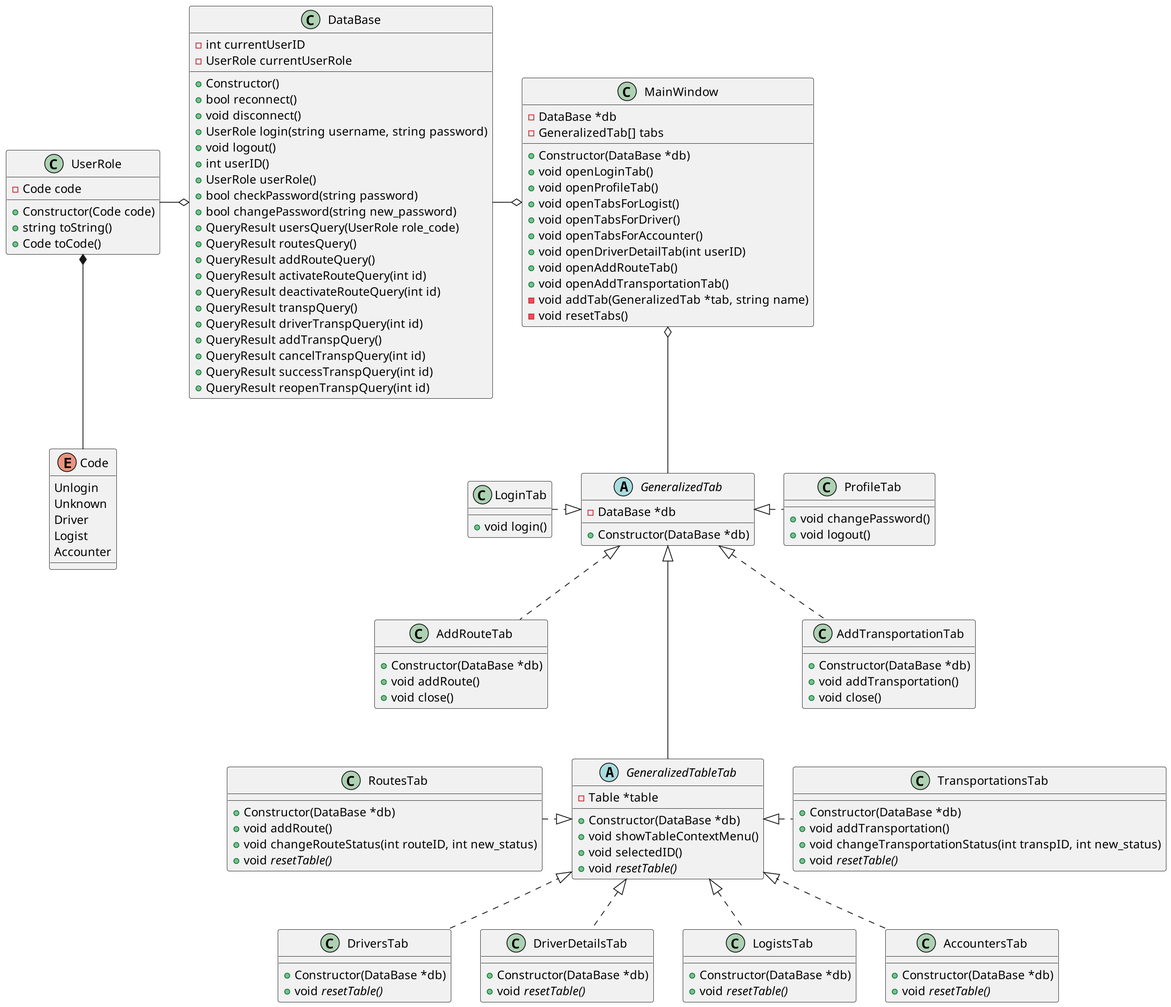
gur7en/kp4 keeps this PlantUML diagram as class/class.png. Above is the earlier version.
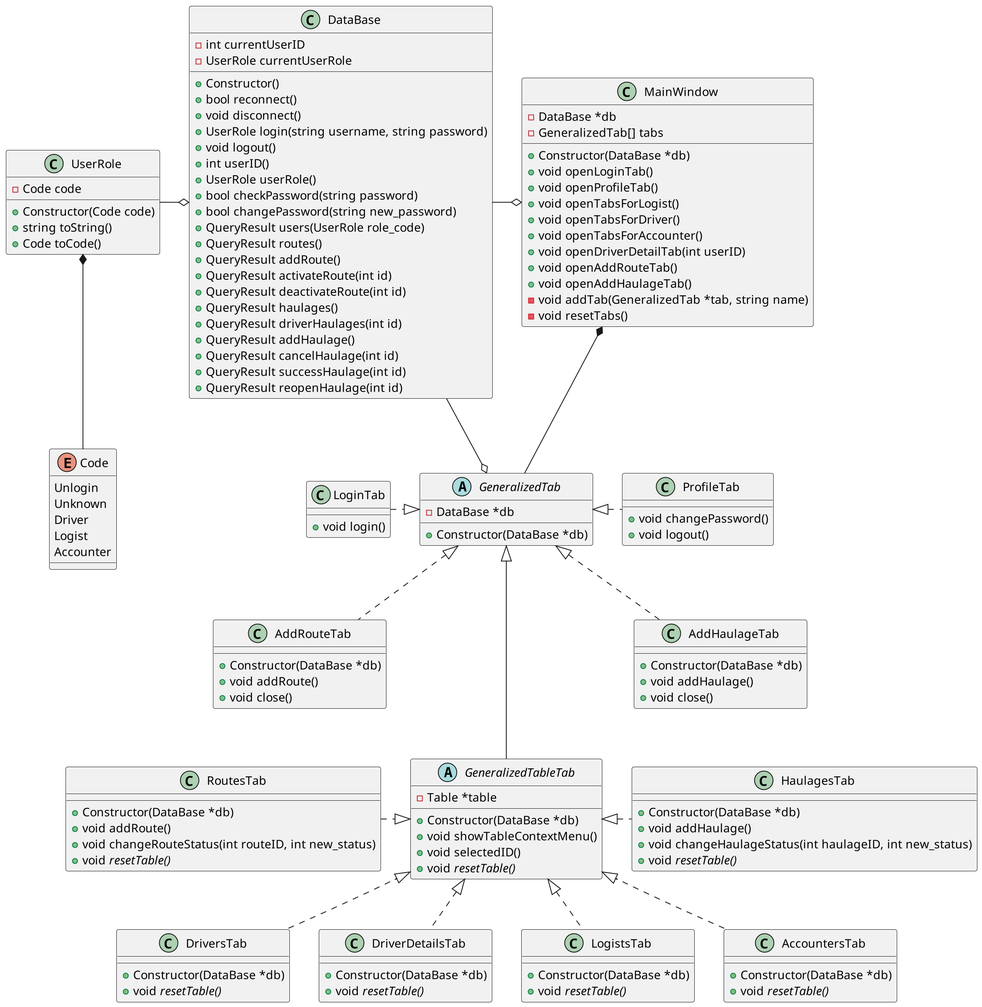
The same diagram one commit later.

The edit, as a diff of the source:
```diff
@@ -13,21 +13,19 @@
     + UserRole userRole()
     + bool checkPassword(string password)
     + bool changePassword(string new_password)
-    + QueryResult usersQuery(UserRole role_code)
-    + QueryResult routesQuery()
-    + QueryResult addRouteQuery()
-    + QueryResult activateRouteQuery(int id)
-    + QueryResult deactivateRouteQuery(int id)
-    + QueryResult transpQuery()
-    + QueryResult driverTranspQuery(int id)
-    + QueryResult addTranspQuery()
-    + QueryResult cancelTranspQuery(int id)
-    + QueryResult successTranspQuery(int id)
-    + QueryResult reopenTranspQuery(int id)
-
+    + QueryResult users(UserRole role_code)
+    + QueryResult routes()
+    + QueryResult addRoute()
+    + QueryResult activateRoute(int id)
+    + QueryResult deactivateRoute(int id)
+    + QueryResult haulages()
+    + QueryResult driverHaulages(int id)
+    + QueryResult addHaulage()
+    + QueryResult cancelHaulage(int id)
+    + QueryResult successHaulage(int id)
+    + QueryResult reopenHaulage(int id)
     - int currentUserID
     - UserRole currentUserRole
-
 }
 
 enum Code {
@@ -54,7 +52,7 @@
     + void openTabsForAccounter()
     + void openDriverDetailTab(int userID)
     + void openAddRouteTab()
-    + void openAddTransportationTab()
+    + void openAddHaulageTab()
     - DataBase *db
     - GeneralizedTab[] tabs
     - void addTab(GeneralizedTab *tab, string name)
@@ -110,10 +108,10 @@
     + void //resetTable()//
 }
 
-class TransportationsTab {
+class HaulagesTab {
     + Constructor(DataBase *db)
-    + void addTransportation()
-    + void changeTransportationStatus(int transpID, int new_status)
+    + void addHaulage()
+    + void changeHaulageStatus(int haulageID, int new_status)
     + void //resetTable()//
 }
 
@@ -123,30 +121,31 @@
     + void close()
 }
 
-class AddTransportationTab {
+class AddHaulageTab {
     + Constructor(DataBase *db)
-    + void addTransportation()
+    + void addHaulage()
     + void close()
 }
 
 UserRole *-- Code
 DataBase o-left- UserRole
 MainWindow o-left- DataBase
-MainWindow o-- GeneralizedTab
+MainWindow *-- GeneralizedTab
+DataBase --o GeneralizedTab
 GeneralizedTab <|.left. LoginTab
 GeneralizedTab <|.right. ProfileTab
 GeneralizedTab <|.. AddRouteTab
-GeneralizedTab <|.. AddTransportationTab
+GeneralizedTab <|.. AddHaulageTab
 GeneralizedTab <|--- GeneralizedTableTab
 GeneralizedTableTab <|.. DriversTab
 GeneralizedTableTab <|.. LogistsTab
 GeneralizedTableTab <|.. AccountersTab
 GeneralizedTableTab <|.. DriverDetailsTab
 GeneralizedTableTab <|.left. RoutesTab
-GeneralizedTableTab <|.right. TransportationsTab
+GeneralizedTableTab <|.right. HaulagesTab
 
 AddRouteTab -[hidden]- RoutesTab
-AddTransportationTab -[hidden]- TransportationsTab
+AddHaulageTab -[hidden]- HaulagesTab
 
 DriversTab -right[hidden]- DriverDetailsTab
 
```
